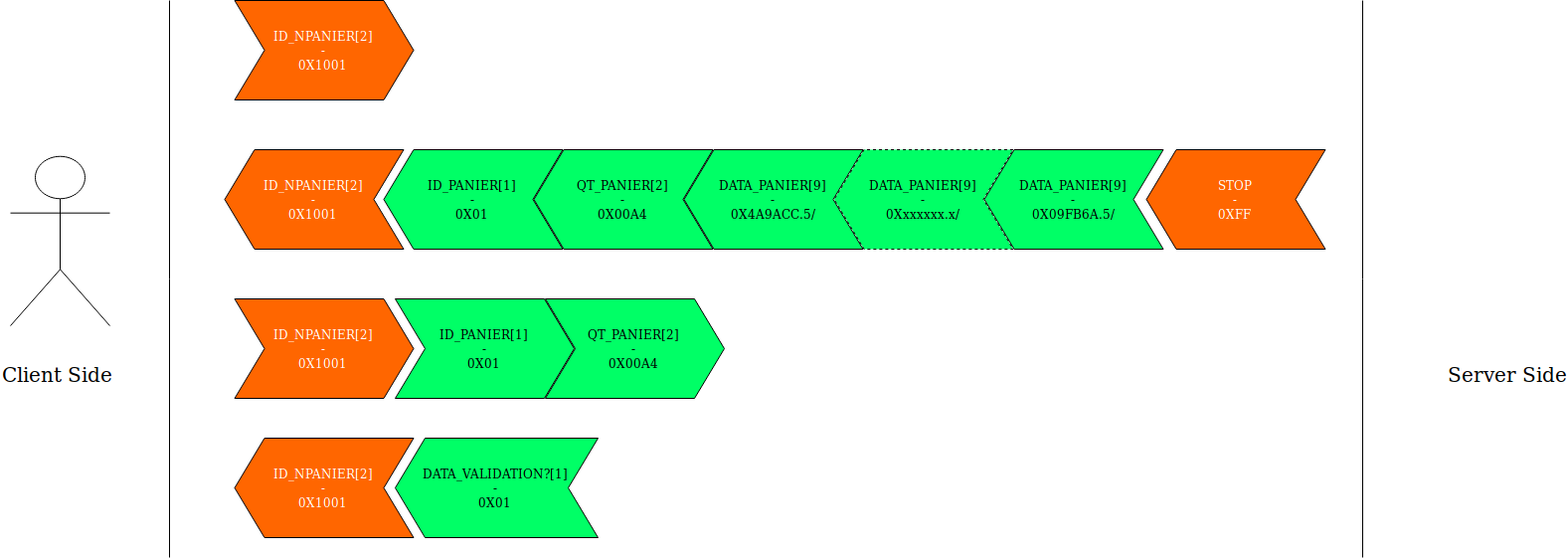
Before: gestionDeProjet/Schema/Trame/Nouveau_panier.png, a diagram exported from draw.io (Brautantoine/Advanced-market). Source tidied: cells renumbered, new cells last; positions are measured from the earlier drawing's top-left corner, leaving out a move shared by most shapes. Its diagram source:
```xml
<mxGraphModel>
  <root>
    <mxCell id="0" />
    <mxCell id="1" parent="0" />
    <mxCell id="2" value="&lt;div&gt;&lt;font color=&quot;#FFFFFF&quot;&gt;ID_NPANIER[2]&lt;/font&gt;&lt;/div&gt;&lt;div&gt;&lt;font color=&quot;#FFFFFF&quot;&gt;-&lt;/font&gt;&lt;/div&gt;&lt;div&gt;&lt;font color=&quot;#FFFFFF&quot;&gt;0X1001&lt;br&gt;&lt;/font&gt;&lt;/div&gt;" style="html=1;shadow=0;dashed=0;align=center;verticalAlign=middle;shape=mxgraph.arrows2.arrow;dy=0;dx=30;notch=30;fillColor=#ff6600;" parent="1" vertex="1">
      <mxGeometry x="235.5" width="180" height="100" as="geometry" />
    </mxCell>
    <mxCell id="3" style="group;" parent="1" vertex="1">
      <mxGeometry x="225.5" y="150" width="1107" height="100" as="geometry" />
    </mxCell>
    <mxCell id="4" value="&lt;div&gt;&lt;font color=&quot;#FFFFFF&quot;&gt;ID_NPANIER[2]&lt;/font&gt;&lt;/div&gt;&lt;div&gt;&lt;font color=&quot;#FFFFFF&quot;&gt;-&lt;/font&gt;&lt;/div&gt;&lt;div&gt;&lt;font color=&quot;#FFFFFF&quot;&gt;0X1001&lt;br&gt;&lt;/font&gt;&lt;/div&gt;" style="html=1;shadow=0;dashed=0;align=center;verticalAlign=middle;shape=mxgraph.arrows2.arrow;dy=0;dx=30;notch=30;flipV=0;flipH=1;fillColor=#ff6600;" parent="3" vertex="1">
      <mxGeometry width="180" height="100" as="geometry" />
    </mxCell>
    <mxCell id="5" value="&lt;div&gt;ID_PANIER[1]&lt;/div&gt;&lt;div&gt;-&lt;/div&gt;&lt;div&gt;0X01&lt;br&gt;&lt;/div&gt;" style="html=1;shadow=0;dashed=0;align=center;verticalAlign=middle;shape=mxgraph.arrows2.arrow;dy=0;dx=30;notch=30;flipV=0;flipH=1;fillColor=#00FF66;" parent="3" vertex="1">
      <mxGeometry x="160" width="180" height="100" as="geometry" />
    </mxCell>
    <mxCell id="6" value="&lt;div&gt;QT_PANIER[2]&lt;/div&gt;&lt;div&gt;-&lt;/div&gt;&lt;div&gt;0X00A4&lt;br&gt;&lt;/div&gt;" style="html=1;shadow=0;dashed=0;align=center;verticalAlign=middle;shape=mxgraph.arrows2.arrow;dy=0;dx=30;notch=30;flipV=0;flipH=1;fillColor=#00FF66;" parent="3" vertex="1">
      <mxGeometry x="311" width="180" height="100" as="geometry" />
    </mxCell>
    <mxCell id="7" value="&lt;div&gt;DATA_PANIER[9]&lt;/div&gt;&lt;div&gt;-&lt;/div&gt;0X4A9ACC.5/" style="html=1;shadow=0;dashed=0;align=center;verticalAlign=middle;shape=mxgraph.arrows2.arrow;dy=0;dx=30;notch=30;flipV=0;flipH=1;fillColor=#00FF66;" parent="3" vertex="1">
      <mxGeometry x="462" width="180" height="100" as="geometry" />
    </mxCell>
    <mxCell id="8" value="&lt;div&gt;DATA_PANIER[9]&lt;/div&gt;&lt;div&gt;-&lt;/div&gt;0Xxxxxxx.x/" style="html=1;shadow=0;dashed=1;align=center;verticalAlign=middle;shape=mxgraph.arrows2.arrow;dy=0;dx=30;notch=30;flipV=0;flipH=1;fillColor=#00FF66;" parent="3" vertex="1">
      <mxGeometry x="613" width="180" height="100" as="geometry" />
    </mxCell>
    <mxCell id="9" value="&lt;div&gt;DATA_PANIER[9]&lt;/div&gt;&lt;div&gt;-&lt;/div&gt;0X09FB6A.5/" style="html=1;shadow=0;dashed=0;align=center;verticalAlign=middle;shape=mxgraph.arrows2.arrow;dy=0;dx=30;notch=30;flipV=0;flipH=1;fillColor=#00ff66;" parent="3" vertex="1">
      <mxGeometry x="764" width="180" height="100" as="geometry" />
    </mxCell>
    <mxCell id="10" value="&lt;div&gt;STOP&lt;/div&gt;&lt;div&gt;-&lt;/div&gt;&lt;div&gt;0XFF&lt;br&gt;&lt;/div&gt;" style="html=1;shadow=0;dashed=0;align=center;verticalAlign=middle;shape=mxgraph.arrows2.arrow;dy=0;dx=30;notch=30;flipV=0;flipH=1;fillColor=#FF6600;fontColor=#FFFFFF;" parent="3" vertex="1">
      <mxGeometry x="927" width="180" height="100" as="geometry" />
    </mxCell>
    <mxCell id="11" value="Actor" style="shape=umlActor;verticalLabelPosition=bottom;labelBackgroundColor=#ffffff;verticalAlign=top;html=1;fillColor=#FFFFFF;fontColor=#FFFFFF;" parent="1" vertex="1">
      <mxGeometry x="10" y="157" width="100" height="170" as="geometry" />
    </mxCell>
    <mxCell id="12" style="endArrow=none;html=1;fontColor=#FFFFFF;" parent="1" edge="1">
      <mxGeometry relative="1" as="geometry">
        <mxPoint x="170" y="560" as="sourcePoint" />
        <mxPoint x="170" as="targetPoint" />
      </mxGeometry>
    </mxCell>
    <mxCell id="13" style="endArrow=none;html=1;fontColor=#FFFFFF;" parent="1" edge="1">
      <mxGeometry relative="1" as="geometry">
        <mxPoint x="1370" y="560" as="sourcePoint" />
        <mxPoint x="1370" as="targetPoint" />
      </mxGeometry>
    </mxCell>
    <mxCell id="14" value="Client Side" style="text;html=1;align=left;verticalAlign=top;spacingTop=-4;fontColor=#000000;fontSize=20;" parent="1" vertex="1">
      <mxGeometry y="362" width="80" height="20" as="geometry" />
    </mxCell>
    <mxCell id="15" value="&lt;div&gt;&lt;font color=&quot;#FFFFFF&quot;&gt;ID_NPANIER[2]&lt;/font&gt;&lt;/div&gt;&lt;div&gt;&lt;font color=&quot;#FFFFFF&quot;&gt;-&lt;/font&gt;&lt;/div&gt;&lt;div&gt;&lt;font color=&quot;#FFFFFF&quot;&gt;0X1001&lt;br&gt;&lt;/font&gt;&lt;/div&gt;" style="html=1;shadow=0;dashed=0;align=center;verticalAlign=middle;shape=mxgraph.arrows2.arrow;dy=0;dx=30;notch=30;fillColor=#ff6600;" parent="1" vertex="1">
      <mxGeometry x="235.5" y="300" width="180" height="100" as="geometry" />
    </mxCell>
    <mxCell id="16" value="&lt;div&gt;ID_PANIER[1]&lt;/div&gt;&lt;div&gt;-&lt;/div&gt;&lt;div&gt;0X01&lt;br&gt;&lt;/div&gt;" style="html=1;shadow=0;dashed=0;align=center;verticalAlign=middle;shape=mxgraph.arrows2.arrow;dy=0;dx=30;notch=30;flipV=0;flipH=0;fillColor=#00FF66;" parent="1" vertex="1">
      <mxGeometry x="397" y="300" width="180" height="100" as="geometry" />
    </mxCell>
    <mxCell id="17" value="&lt;div&gt;QT_PANIER[2]&lt;/div&gt;&lt;div&gt;-&lt;/div&gt;&lt;div&gt;0X00A4&lt;br&gt;&lt;/div&gt;" style="html=1;shadow=0;dashed=0;align=center;verticalAlign=middle;shape=mxgraph.arrows2.arrow;dy=0;dx=30;notch=30;flipV=0;flipH=0;fillColor=#00FF66;" parent="1" vertex="1">
      <mxGeometry x="548" y="300" width="180" height="100" as="geometry" />
    </mxCell>
    <mxCell id="18" value="&lt;div&gt;&lt;font color=&quot;#FFFFFF&quot;&gt;ID_NPANIER[2]&lt;/font&gt;&lt;/div&gt;&lt;div&gt;&lt;font color=&quot;#FFFFFF&quot;&gt;-&lt;/font&gt;&lt;/div&gt;&lt;div&gt;&lt;font color=&quot;#FFFFFF&quot;&gt;0X1001&lt;br&gt;&lt;/font&gt;&lt;/div&gt;" style="html=1;shadow=0;dashed=0;align=center;verticalAlign=middle;shape=mxgraph.arrows2.arrow;dy=0;dx=30;notch=30;flipV=0;flipH=1;fillColor=#ff6600;" parent="1" vertex="1">
      <mxGeometry x="235.5" y="440" width="180" height="100" as="geometry" />
    </mxCell>
    <mxCell id="19" value="&lt;div&gt;DATA_VALIDATION?[1]&lt;/div&gt;&lt;div&gt;-&lt;/div&gt;&lt;div&gt;0X01&lt;br&gt;&lt;/div&gt;" style="html=1;shadow=0;dashed=0;align=center;verticalAlign=middle;shape=mxgraph.arrows2.arrow;dy=0;dx=30;notch=30;flipV=0;flipH=1;fillColor=#00FF66;" parent="1" vertex="1">
      <mxGeometry x="397" y="440" width="204" height="100" as="geometry" />
    </mxCell>
    <mxCell id="20" value="Server Side" style="text;html=1;align=left;verticalAlign=top;spacingTop=-4;fontColor=#000000;fontSize=20;" parent="1" vertex="1">
      <mxGeometry x="1454" y="362" width="90" height="20" as="geometry" />
    </mxCell>
  </root>
</mxGraphModel>
```
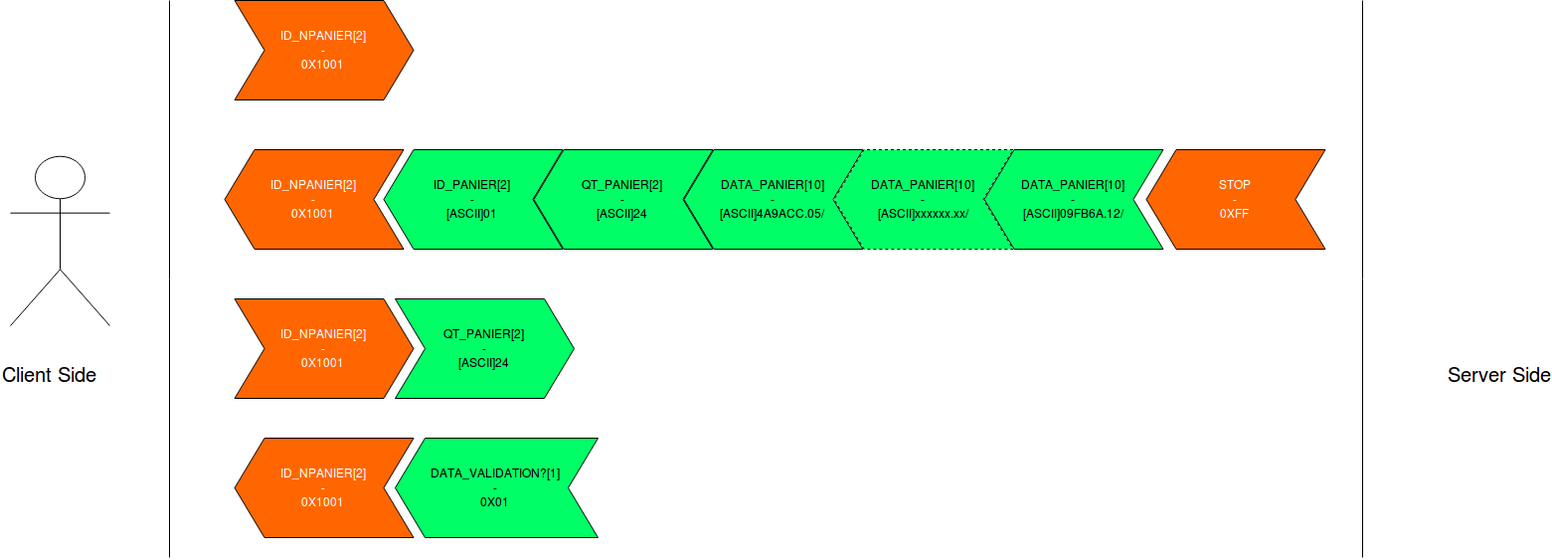
Above is the later version.

Diff of the diagram source:
```diff
@@ -11,51 +11,48 @@
     <mxCell id="4" value="&lt;div&gt;&lt;font color=&quot;#FFFFFF&quot;&gt;ID_NPANIER[2]&lt;/font&gt;&lt;/div&gt;&lt;div&gt;&lt;font color=&quot;#FFFFFF&quot;&gt;-&lt;/font&gt;&lt;/div&gt;&lt;div&gt;&lt;font color=&quot;#FFFFFF&quot;&gt;0X1001&lt;br&gt;&lt;/font&gt;&lt;/div&gt;" style="html=1;shadow=0;dashed=0;align=center;verticalAlign=middle;shape=mxgraph.arrows2.arrow;dy=0;dx=30;notch=30;flipV=0;flipH=1;fillColor=#ff6600;" parent="3" vertex="1">
       <mxGeometry width="180" height="100" as="geometry" />
     </mxCell>
-    <mxCell id="5" value="&lt;div&gt;ID_PANIER[1]&lt;/div&gt;&lt;div&gt;-&lt;/div&gt;&lt;div&gt;0X01&lt;br&gt;&lt;/div&gt;" style="html=1;shadow=0;dashed=0;align=center;verticalAlign=middle;shape=mxgraph.arrows2.arrow;dy=0;dx=30;notch=30;flipV=0;flipH=1;fillColor=#00FF66;" parent="3" vertex="1">
-      <mxGeometry x="160" width="180" height="100" as="geometry" />
-    </mxCell>
-    <mxCell id="6" value="&lt;div&gt;QT_PANIER[2]&lt;/div&gt;&lt;div&gt;-&lt;/div&gt;&lt;div&gt;0X00A4&lt;br&gt;&lt;/div&gt;" style="html=1;shadow=0;dashed=0;align=center;verticalAlign=middle;shape=mxgraph.arrows2.arrow;dy=0;dx=30;notch=30;flipV=0;flipH=1;fillColor=#00FF66;" parent="3" vertex="1">
-      <mxGeometry x="311" width="180" height="100" as="geometry" />
-    </mxCell>
-    <mxCell id="7" value="&lt;div&gt;DATA_PANIER[9]&lt;/div&gt;&lt;div&gt;-&lt;/div&gt;0X4A9ACC.5/" style="html=1;shadow=0;dashed=0;align=center;verticalAlign=middle;shape=mxgraph.arrows2.arrow;dy=0;dx=30;notch=30;flipV=0;flipH=1;fillColor=#00FF66;" parent="3" vertex="1">
-      <mxGeometry x="462" width="180" height="100" as="geometry" />
-    </mxCell>
-    <mxCell id="8" value="&lt;div&gt;DATA_PANIER[9]&lt;/div&gt;&lt;div&gt;-&lt;/div&gt;0Xxxxxxx.x/" style="html=1;shadow=0;dashed=1;align=center;verticalAlign=middle;shape=mxgraph.arrows2.arrow;dy=0;dx=30;notch=30;flipV=0;flipH=1;fillColor=#00FF66;" parent="3" vertex="1">
-      <mxGeometry x="613" width="180" height="100" as="geometry" />
-    </mxCell>
-    <mxCell id="9" value="&lt;div&gt;DATA_PANIER[9]&lt;/div&gt;&lt;div&gt;-&lt;/div&gt;0X09FB6A.5/" style="html=1;shadow=0;dashed=0;align=center;verticalAlign=middle;shape=mxgraph.arrows2.arrow;dy=0;dx=30;notch=30;flipV=0;flipH=1;fillColor=#00ff66;" parent="3" vertex="1">
-      <mxGeometry x="764" width="180" height="100" as="geometry" />
-    </mxCell>
+    <mxCell id="21" value="&lt;div&gt;ID_PANIER[2]&lt;/div&gt;&lt;div&gt;-&lt;/div&gt;&lt;div&gt;[ASCII]01&lt;br&gt;&lt;/div&gt;" style="html=1;shadow=0;dashed=0;align=center;verticalAlign=middle;shape=mxgraph.arrows2.arrow;dy=0;dx=30;notch=30;flipV=0;flipH=1;fillColor=#00FF66;" parent="3" vertex="1">
+      <mxGeometry x="160" width="180" height="100" as="geometry" />
+    </mxCell>
+    <mxCell id="22" value="&lt;div&gt;QT_PANIER[2]&lt;/div&gt;&lt;div&gt;-&lt;/div&gt;&lt;div&gt;[ASCII]24&lt;br&gt;&lt;/div&gt;" style="html=1;shadow=0;dashed=0;align=center;verticalAlign=middle;shape=mxgraph.arrows2.arrow;dy=0;dx=30;notch=30;flipV=0;flipH=1;fillColor=#00FF66;" parent="3" vertex="1">
+      <mxGeometry x="311" width="180" height="100" as="geometry" />
+    </mxCell>
+    <mxCell id="23" value="&lt;div&gt;DATA_PANIER[10]&lt;/div&gt;&lt;div&gt;-&lt;/div&gt;[ASCII]4A9ACC.05/" style="html=1;shadow=0;dashed=0;align=center;verticalAlign=middle;shape=mxgraph.arrows2.arrow;dy=0;dx=30;notch=30;flipV=0;flipH=1;fillColor=#00FF66;" parent="3" vertex="1">
+      <mxGeometry x="462" width="180" height="100" as="geometry" />
+    </mxCell>
+    <mxCell id="24" value="&lt;div&gt;DATA_PANIER[10]&lt;/div&gt;&lt;div&gt;-&lt;/div&gt;[ASCII]xxxxxx.xx/" style="html=1;shadow=0;dashed=1;align=center;verticalAlign=middle;shape=mxgraph.arrows2.arrow;dy=0;dx=30;notch=30;flipV=0;flipH=1;fillColor=#00FF66;" parent="3" vertex="1">
+      <mxGeometry x="613" width="180" height="100" as="geometry" />
+    </mxCell>
+    <mxCell id="25" value="&lt;div&gt;DATA_PANIER[10]&lt;/div&gt;&lt;div&gt;-&lt;/div&gt;[ASCII]09FB6A.12/" style="html=1;shadow=0;dashed=0;align=center;verticalAlign=middle;shape=mxgraph.arrows2.arrow;dy=0;dx=30;notch=30;flipV=0;flipH=1;fillColor=#00ff66;" parent="3" vertex="1">
+      <mxGeometry x="764" width="180" height="100" as="geometry" />
+    </mxCell>
     <mxCell id="10" value="&lt;div&gt;STOP&lt;/div&gt;&lt;div&gt;-&lt;/div&gt;&lt;div&gt;0XFF&lt;br&gt;&lt;/div&gt;" style="html=1;shadow=0;dashed=0;align=center;verticalAlign=middle;shape=mxgraph.arrows2.arrow;dy=0;dx=30;notch=30;flipV=0;flipH=1;fillColor=#FF6600;fontColor=#FFFFFF;" parent="3" vertex="1">
       <mxGeometry x="927" width="180" height="100" as="geometry" />
     </mxCell>
     <mxCell id="11" value="Actor" style="shape=umlActor;verticalLabelPosition=bottom;labelBackgroundColor=#ffffff;verticalAlign=top;html=1;fillColor=#FFFFFF;fontColor=#FFFFFF;" parent="1" vertex="1">
       <mxGeometry x="10" y="157" width="100" height="170" as="geometry" />
     </mxCell>
-    <mxCell id="12" style="endArrow=none;html=1;fontColor=#FFFFFF;" parent="1" edge="1">
-      <mxGeometry relative="1" as="geometry">
-        <mxPoint x="170" y="560" as="sourcePoint" />
-        <mxPoint x="170" as="targetPoint" />
-      </mxGeometry>
-    </mxCell>
-    <mxCell id="13" style="endArrow=none;html=1;fontColor=#FFFFFF;" parent="1" edge="1">
-      <mxGeometry relative="1" as="geometry">
-        <mxPoint x="1370" y="560" as="sourcePoint" />
-        <mxPoint x="1370" as="targetPoint" />
-      </mxGeometry>
-    </mxCell>
+    <mxCell id="26" style="endArrow=none;html=1;fontColor=#FFFFFF;" parent="1" edge="1">
+      <mxGeometry relative="1" as="geometry">
+        <mxPoint x="170" y="560" as="sourcePoint" />
+        <mxPoint x="170" as="targetPoint" />
+      </mxGeometry>
+    </mxCell>
+    <mxCell id="27" style="endArrow=none;html=1;fontColor=#FFFFFF;" parent="1" edge="1">
+      <mxGeometry relative="1" as="geometry">
+        <mxPoint x="1370" y="560" as="sourcePoint" />
+        <mxPoint x="1370" as="targetPoint" />
+      </mxGeometry>
+    </mxCell>
     <mxCell id="14" value="Client Side" style="text;html=1;align=left;verticalAlign=top;spacingTop=-4;fontColor=#000000;fontSize=20;" parent="1" vertex="1">
       <mxGeometry y="362" width="80" height="20" as="geometry" />
     </mxCell>
     <mxCell id="15" value="&lt;div&gt;&lt;font color=&quot;#FFFFFF&quot;&gt;ID_NPANIER[2]&lt;/font&gt;&lt;/div&gt;&lt;div&gt;&lt;font color=&quot;#FFFFFF&quot;&gt;-&lt;/font&gt;&lt;/div&gt;&lt;div&gt;&lt;font color=&quot;#FFFFFF&quot;&gt;0X1001&lt;br&gt;&lt;/font&gt;&lt;/div&gt;" style="html=1;shadow=0;dashed=0;align=center;verticalAlign=middle;shape=mxgraph.arrows2.arrow;dy=0;dx=30;notch=30;fillColor=#ff6600;" parent="1" vertex="1">
       <mxGeometry x="235.5" y="300" width="180" height="100" as="geometry" />
     </mxCell>
-    <mxCell id="16" value="&lt;div&gt;ID_PANIER[1]&lt;/div&gt;&lt;div&gt;-&lt;/div&gt;&lt;div&gt;0X01&lt;br&gt;&lt;/div&gt;" style="html=1;shadow=0;dashed=0;align=center;verticalAlign=middle;shape=mxgraph.arrows2.arrow;dy=0;dx=30;notch=30;flipV=0;flipH=0;fillColor=#00FF66;" parent="1" vertex="1">
-      <mxGeometry x="397" y="300" width="180" height="100" as="geometry" />
-    </mxCell>
-    <mxCell id="17" value="&lt;div&gt;QT_PANIER[2]&lt;/div&gt;&lt;div&gt;-&lt;/div&gt;&lt;div&gt;0X00A4&lt;br&gt;&lt;/div&gt;" style="html=1;shadow=0;dashed=0;align=center;verticalAlign=middle;shape=mxgraph.arrows2.arrow;dy=0;dx=30;notch=30;flipV=0;flipH=0;fillColor=#00FF66;" parent="1" vertex="1">
-      <mxGeometry x="548" y="300" width="180" height="100" as="geometry" />
-    </mxCell>
+    <mxCell id="28" value="&lt;div&gt;QT_PANIER[2]&lt;/div&gt;&lt;div&gt;-&lt;/div&gt;&lt;div&gt;[ASCII]24&lt;br&gt;&lt;/div&gt;" style="html=1;shadow=0;dashed=0;align=center;verticalAlign=middle;shape=mxgraph.arrows2.arrow;dy=0;dx=30;notch=30;flipV=0;flipH=0;fillColor=#00FF66;" parent="1" vertex="1">
+      <mxGeometry x="397" y="300" width="180" height="100" as="geometry" />
+    </mxCell>
     <mxCell id="18" value="&lt;div&gt;&lt;font color=&quot;#FFFFFF&quot;&gt;ID_NPANIER[2]&lt;/font&gt;&lt;/div&gt;&lt;div&gt;&lt;font color=&quot;#FFFFFF&quot;&gt;-&lt;/font&gt;&lt;/div&gt;&lt;div&gt;&lt;font color=&quot;#FFFFFF&quot;&gt;0X1001&lt;br&gt;&lt;/font&gt;&lt;/div&gt;" style="html=1;shadow=0;dashed=0;align=center;verticalAlign=middle;shape=mxgraph.arrows2.arrow;dy=0;dx=30;notch=30;flipV=0;flipH=1;fillColor=#ff6600;" parent="1" vertex="1">
       <mxGeometry x="235.5" y="440" width="180" height="100" as="geometry" />
     </mxCell>
```
